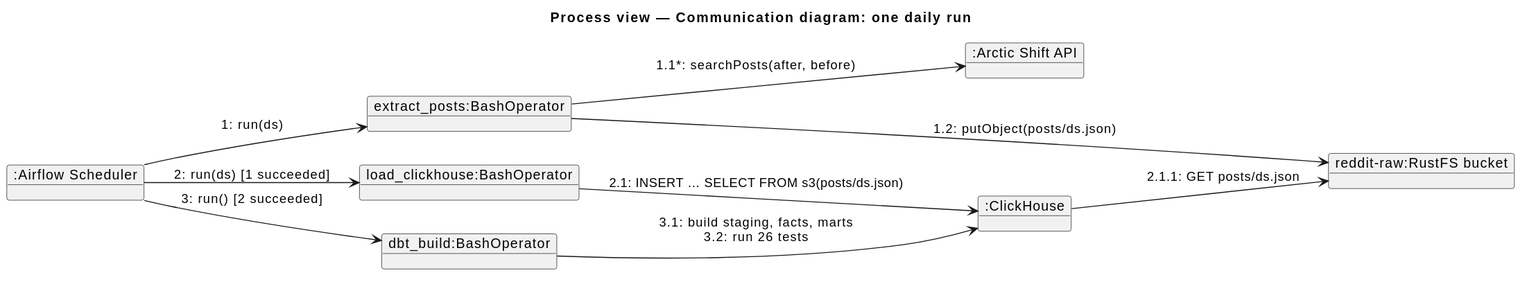
modsomjeed/reddit-dataeng keeps this PlantUML diagram as docs/architecture/diagrams/communication-daily-run.svg. Above is the earlier version. Source of this version:
```plantuml
@startuml
title Process view — Communication diagram: one daily run
skinparam shadowing false
left to right direction

object ":Airflow Scheduler" as scheduler
object "extract_posts:BashOperator" as extract
object "load_clickhouse:BashOperator" as load
object "dbt_build:BashOperator" as dbt
object ":Arctic Shift API" as arctic
object "reddit-raw:RustFS bucket" as bucket
object ":ClickHouse" as ch

scheduler --> extract : "1: run(ds)"
extract --> arctic : "1.1*: searchPosts(after, before)"
extract --> bucket : "1.2: putObject(posts/ds.json)"
scheduler --> load : "2: run(ds) [1 succeeded]"
load --> ch : "2.1: INSERT … SELECT FROM s3(posts/ds.json)"
ch --> bucket : "2.1.1: GET posts/ds.json"
scheduler --> dbt : "3: run() [2 succeeded]"
dbt --> ch : "3.1: build staging, facts, marts\n3.2: run 26 tests"
@enduml
```
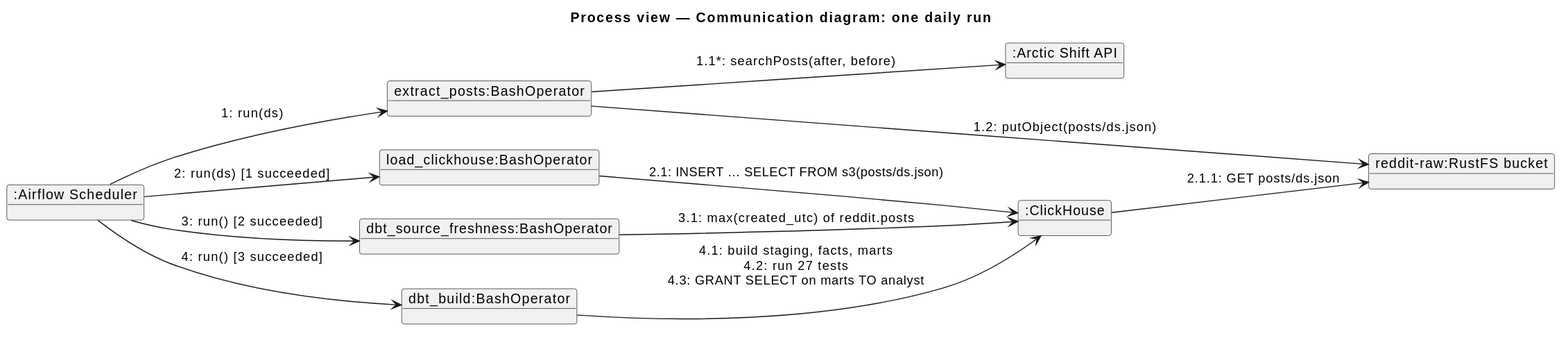
Later version of the same file.

The edit, as a diff of the source:
```diff
@@ -6,6 +6,7 @@
 object ":Airflow Scheduler" as scheduler
 object "extract_posts:BashOperator" as extract
 object "load_clickhouse:BashOperator" as load
+object "dbt_source_freshness:BashOperator" as fresh
 object "dbt_build:BashOperator" as dbt
 object ":Arctic Shift API" as arctic
 object "reddit-raw:RustFS bucket" as bucket
@@ -17,6 +18,8 @@
 scheduler --> load : "2: run(ds) [1 succeeded]"
 load --> ch : "2.1: INSERT … SELECT FROM s3(posts/ds.json)"
 ch --> bucket : "2.1.1: GET posts/ds.json"
-scheduler --> dbt : "3: run() [2 succeeded]"
-dbt --> ch : "3.1: build staging, facts, marts\n3.2: run 26 tests"
+scheduler --> fresh : "3: run() [2 succeeded]"
+fresh --> ch : "3.1: max(created_utc) of reddit.posts"
+scheduler --> dbt : "4: run() [3 succeeded]"
+dbt --> ch : "4.1: build staging, facts, marts\n4.2: run 27 tests\n4.3: GRANT SELECT on marts TO analyst"
 @enduml
```
